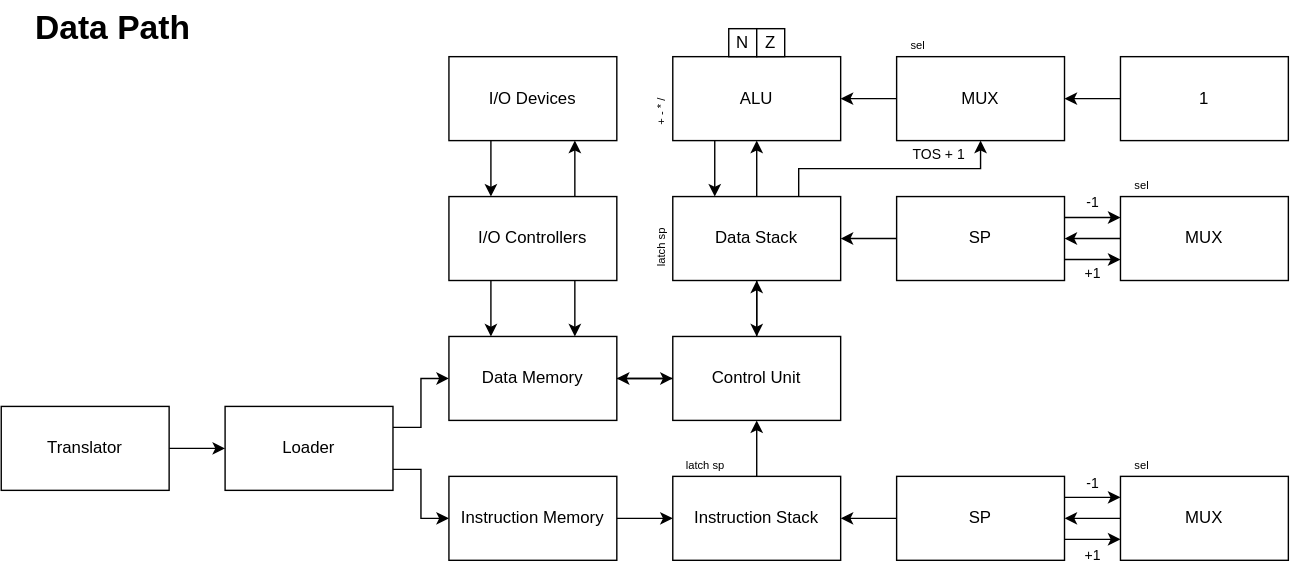
Earlier version of the draw.io export schemes/DP.svg (niikmynick/csa-lab3). Source tidied: cells renumbered, new cells last; positions are measured from the earlier drawing's top-left corner, leaving out a move shared by most shapes.
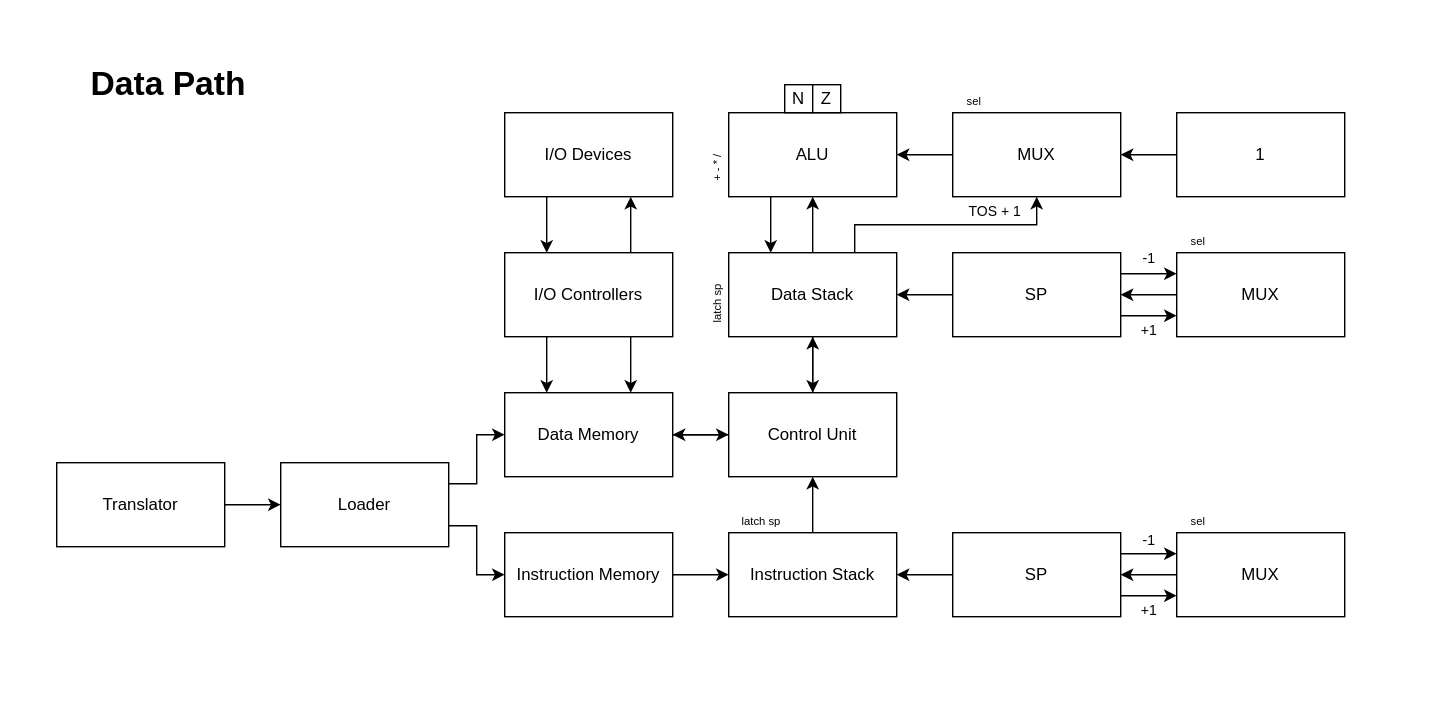
After the commit.

Change to the diagram source:
```diff
@@ -2,6 +2,9 @@
   <root>
     <mxCell id="0" />
     <mxCell id="1" parent="0" />
+    <mxCell id="58" style="rounded=0;whiteSpace=wrap;html=1;strokeColor=none;" parent="1" vertex="1">
+      <mxGeometry x="-40" y="-40" width="1040" height="520" as="geometry" />
+    </mxCell>
     <mxCell id="2" value="&lt;font style=&quot;font-size: 24px;&quot;&gt;&lt;b&gt;Data Path&lt;/b&gt;&lt;/font&gt;" style="text;html=1;align=center;verticalAlign=middle;whiteSpace=wrap;rounded=0;" parent="1" vertex="1">
       <mxGeometry width="160" height="40" as="geometry" />
     </mxCell>
```
